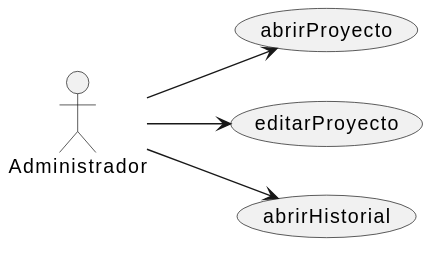
The PlantUML diagram images/01-actores-casos-uso/dimension-proyecto/actores-casos-uso.svg in Angelo2272/26-27-IdSw1-SDR, before a commit.
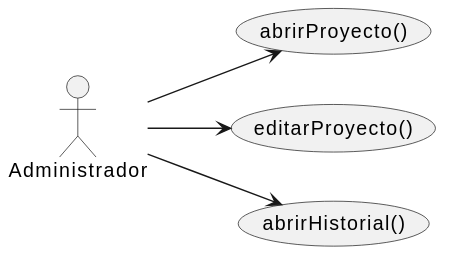
After the change.

Commit message:
fix: agregar () como convencion en los casos de uso de proyecto

Change to the diagram source:
```diff
@@ -3,9 +3,9 @@
 
 actor Administrador as admin
 
-usecase "abrirProyecto" as UC1
-usecase "editarProyecto" as UC2
-usecase "abrirHistorial" as UC3
+usecase "abrirProyecto()" as UC1
+usecase "editarProyecto()" as UC2
+usecase "abrirHistorial()" as UC3
 
 admin --> UC1
 admin --> UC2
```
